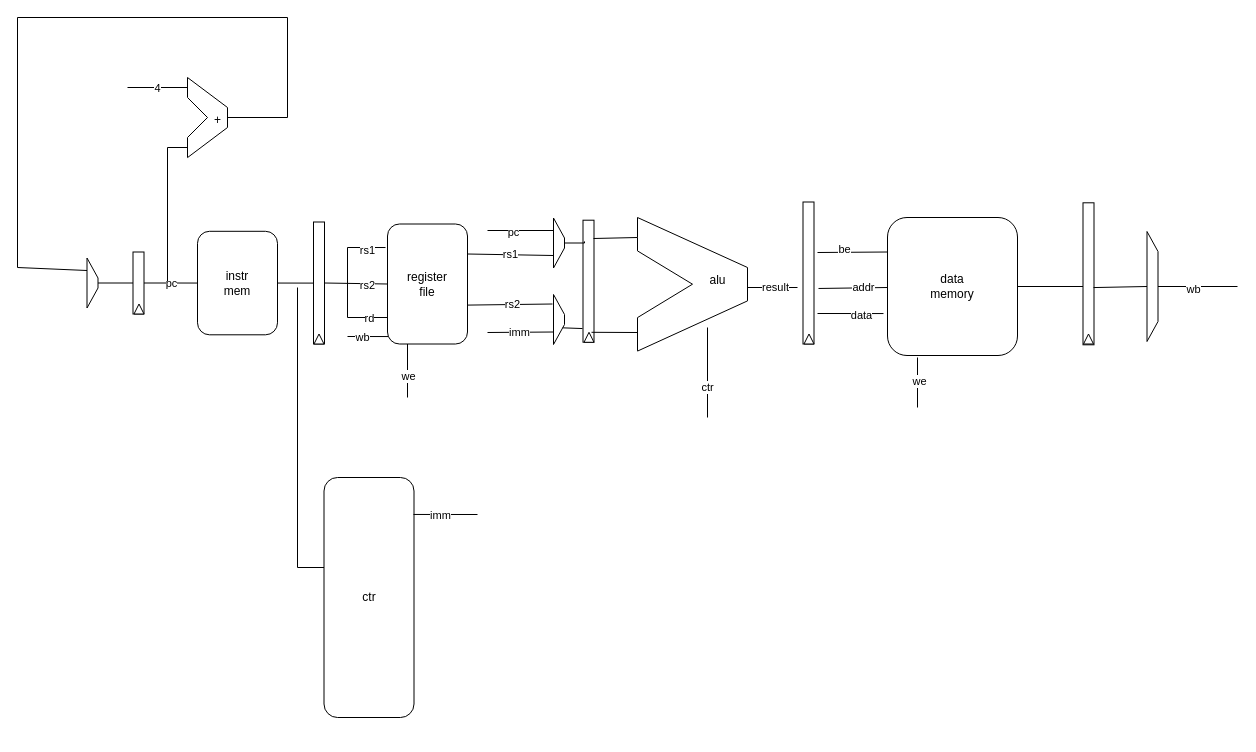
The draw.io diagram Untitled Diagram.drawio in kanosukii/rvcore_5stages, before the edit. Source tidied: cells renumbered, new cells numbered last; positions are measured from the earlier drawing's top-left corner, leaving out a move shared by most shapes. Both pictures are drawn from the tidied source at 100%, with x=0, y=0 at pixel (17, 17).
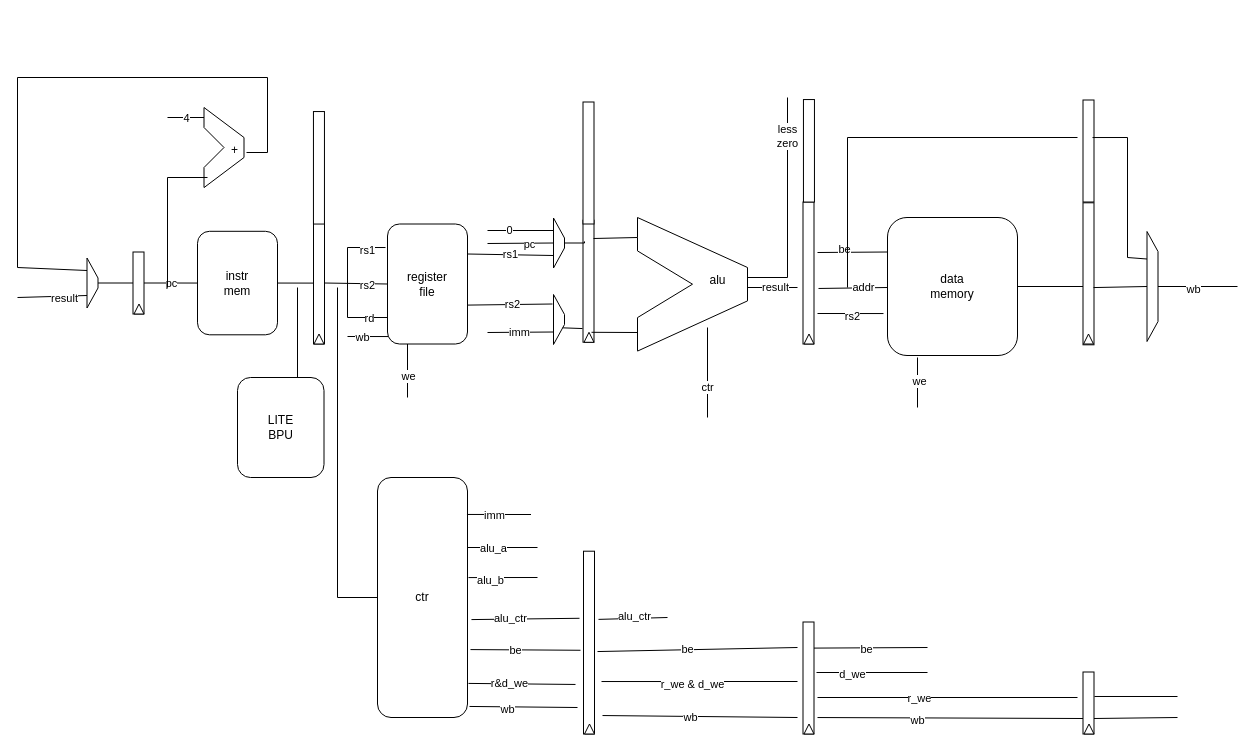
The same diagram, later.

The change refers to these unchanged cells:
```xml
<mxCell id="7" style="shape=trapezoid;perimeter=trapezoidPerimeter;whiteSpace=wrap;html=1;fixedSize=1;rotation=90;" parent="1" vertex="1">
  <mxGeometry x="50" y="260" width="50" height="11" as="geometry" />
</mxCell>
<mxCell id="15" style="shape=trapezoid;perimeter=trapezoidPerimeter;whiteSpace=wrap;html=1;fixedSize=1;rotation=90;" parent="1" vertex="1">
  <mxGeometry x="516.5" y="220" width="50" height="11" as="geometry" />
</mxCell>
<mxCell id="37" style="endArrow=none;html=1;rounded=0;entryX=-0.031;entryY=0.696;entryDx=0;entryDy=0;entryPerimeter=0;" parent="1" edge="1" target="34">
  <mxGeometry relative="1" as="geometry">
    <mxPoint x="800" y="296" as="sourcePoint" />
  </mxGeometry>
</mxCell>
<mxCell id="57" style="shape=trapezoid;perimeter=trapezoidPerimeter;whiteSpace=wrap;html=1;fixedSize=1;rotation=90;" parent="1" vertex="1">
  <mxGeometry x="1080" y="263.5" width="110" height="11" as="geometry" />
</mxCell>
<mxCell id="83" style="endArrow=none;html=1;rounded=0;entryX=0.25;entryY=1;entryDx=0;entryDy=0;" parent="1" edge="1" target="15">
  <mxGeometry relative="1" as="geometry">
    <mxPoint x="470" y="213" as="sourcePoint" />
  </mxGeometry>
</mxCell>
```

Diff of the diagram source:
```diff
@@
-    <mxCell id="38" value="data" style="edgeLabel;html=1;align=center;verticalAlign=middle;" parent="37" vertex="1">
-      <mxGeometry x="0.33" y="-1" relative="1" as="geometry" />
-    </mxCell>
+    <mxCell id="85" value="rs2" style="edgeLabel;html=1;align=center;verticalAlign=middle;" parent="37" vertex="1">
+      <mxGeometry x="0.06" y="-2" relative="1" as="geometry" />
+    </mxCell>
@@
     <mxCell id="54" style="endArrow=none;html=1;rounded=0;" parent="1" edge="1">
       <mxGeometry relative="1" as="geometry">
-        <mxPoint x="280" y="550" as="sourcePoint" />
+        <mxPoint x="280" y="360" as="sourcePoint" />
         <mxPoint x="280" y="270" as="targetPoint" />
       </mxGeometry>
     </mxCell>
-    <mxCell id="55" style="endArrow=none;html=1;rounded=0;" parent="1" edge="1">
-      <mxGeometry relative="1" as="geometry">
-        <mxPoint x="280" y="550" as="sourcePoint" />
-        <mxPoint x="310" y="550" as="targetPoint" />
-      </mxGeometry>
-    </mxCell>
     <mxCell id="56" value="ctr" style="rounded=1;whiteSpace=wrap;html=1;" parent="1" vertex="1">
-      <mxGeometry x="306.5" y="460" width="90" height="240" as="geometry" />
+      <mxGeometry x="360" y="460" width="90" height="240" as="geometry" />
     </mxCell>
@@
-    <mxCell id="64" style="endArrow=none;html=1;rounded=0;" parent="1" edge="1">
-      <mxGeometry relative="1" as="geometry">
-        <mxPoint x="170" y="130" as="sourcePoint" />
-        <mxPoint x="150" y="263.5" as="targetPoint" />
-        <Array as="points">
-          <mxPoint x="150" y="130" />
-        </Array>
-      </mxGeometry>
-    </mxCell>
     <mxCell id="65" style="endArrow=none;html=1;rounded=0;" parent="1" edge="1">
       <mxGeometry relative="1" as="geometry">
-        <mxPoint x="170" y="60" as="sourcePoint" />
-        <mxPoint x="210" y="90" as="targetPoint" />
+        <mxPoint x="186.5" y="90" as="sourcePoint" />
+        <mxPoint x="226.5" y="120" as="targetPoint" />
       </mxGeometry>
     </mxCell>
     <mxCell id="66" style="endArrow=none;html=1;rounded=0;" parent="1" edge="1">
       <mxGeometry relative="1" as="geometry">
-        <mxPoint x="170" y="140.1" as="sourcePoint" />
-        <mxPoint x="210" y="110" as="targetPoint" />
+        <mxPoint x="186.5" y="170.1" as="sourcePoint" />
+        <mxPoint x="226.5" y="140" as="targetPoint" />
       </mxGeometry>
     </mxCell>
     <mxCell id="67" style="endArrow=none;html=1;rounded=0;" parent="1" edge="1">
       <mxGeometry relative="1" as="geometry">
-        <mxPoint x="190" y="100" as="sourcePoint" />
-        <mxPoint x="170" y="60" as="targetPoint" />
+        <mxPoint x="206.5" y="130" as="sourcePoint" />
+        <mxPoint x="186.5" y="90" as="targetPoint" />
         <Array as="points">
-          <mxPoint x="170" y="80" />
+          <mxPoint x="186.5" y="110" />
         </Array>
       </mxGeometry>
     </mxCell>
     <mxCell id="68" style="endArrow=none;html=1;rounded=0;" parent="1" edge="1">
       <mxGeometry relative="1" as="geometry">
-        <mxPoint x="190" y="100" as="sourcePoint" />
-        <mxPoint x="170" y="140" as="targetPoint" />
+        <mxPoint x="206.5" y="130" as="sourcePoint" />
+        <mxPoint x="186.5" y="170" as="targetPoint" />
         <Array as="points">
-          <mxPoint x="170" y="120" />
+          <mxPoint x="186.5" y="150" />
         </Array>
       </mxGeometry>
     </mxCell>
     <mxCell id="69" style="endArrow=none;html=1;rounded=0;" parent="1" edge="1">
       <mxGeometry relative="1" as="geometry">
-        <mxPoint x="210" y="110" as="sourcePoint" />
-        <mxPoint x="210" y="90" as="targetPoint" />
+        <mxPoint x="226.5" y="140" as="sourcePoint" />
+        <mxPoint x="226.5" y="120" as="targetPoint" />
       </mxGeometry>
     </mxCell>
     <mxCell id="70" style="endArrow=none;html=1;rounded=0;" parent="1" edge="1">
       <mxGeometry relative="1" as="geometry">
-        <mxPoint x="110" y="70" as="sourcePoint" />
-        <mxPoint x="170" y="70" as="targetPoint" />
+        <mxPoint x="150" y="100" as="sourcePoint" />
+        <mxPoint x="186.5" y="100" as="targetPoint" />
       </mxGeometry>
     </mxCell>
@@
-    <mxCell id="72" style="endArrow=none;html=1;rounded=0;" parent="1" edge="1">
-      <mxGeometry relative="1" as="geometry">
-        <mxPoint x="210" y="100" as="sourcePoint" />
-        <mxPoint x="270" as="targetPoint" />
-        <Array as="points">
-          <mxPoint x="270" y="100" />
-        </Array>
-      </mxGeometry>
-    </mxCell>
-    <mxCell id="73" style="endArrow=none;html=1;rounded=0;" parent="1" edge="1">
-      <mxGeometry relative="1" as="geometry">
-        <mxPoint y="250" as="sourcePoint" />
-        <mxPoint x="270" as="targetPoint" />
-        <Array as="points">
-          <mxPoint />
-        </Array>
-      </mxGeometry>
-    </mxCell>
@@
     <mxCell id="78" value="+" style="text;html=1;align=center;verticalAlign=middle;points=[];strokeColor=none;fillColor=none;" parent="1" vertex="1">
-      <mxGeometry x="185" y="88" width="30" height="30" as="geometry" />
+      <mxGeometry x="201.5" y="118" width="30" height="30" as="geometry" />
     </mxCell>
     <mxCell id="79" style="endArrow=none;html=1;rounded=0;exitX=0.994;exitY=0.154;exitDx=0;exitDy=0;exitPerimeter=0;" parent="1" edge="1" source="56">
       <mxGeometry relative="1" as="geometry">
-        <mxPoint x="460" y="497" as="targetPoint" />
+        <mxPoint x="513.5" y="497" as="targetPoint" />
       </mxGeometry>
     </mxCell>
@@
+    <mxCell id="86" value="0" style="edgeLabel;html=1;align=center;verticalAlign=middle;" parent="83" vertex="1">
+      <mxGeometry x="-0.36" y="1" relative="1" as="geometry" />
+    </mxCell>
+    <mxCell id="87" style="endArrow=none;html=1;rounded=0;exitX=0;exitY=0.5;exitDx=0;exitDy=0;" parent="1" edge="1" source="56">
+      <mxGeometry relative="1" as="geometry">
+        <mxPoint x="320" y="270" as="targetPoint" />
+        <Array as="points">
+          <mxPoint x="320" y="580" />
+        </Array>
+      </mxGeometry>
+    </mxCell>
+    <mxCell id="88" value="LITE&lt;br&gt;&lt;div&gt;BPU&lt;/div&gt;" style="rounded=1;whiteSpace=wrap;html=1;" parent="1" vertex="1">
+      <mxGeometry x="220" y="360" width="86.5" height="100" as="geometry" />
+    </mxCell>
+    <mxCell id="89" style="endArrow=none;html=1;rounded=0;" parent="1" edge="1">
+      <mxGeometry relative="1" as="geometry">
+        <mxPoint x="450" y="530" as="sourcePoint" />
+        <mxPoint x="520" y="530" as="targetPoint" />
+      </mxGeometry>
+    </mxCell>
+    <mxCell id="90" value="alu_a" style="edgeLabel;html=1;align=center;verticalAlign=middle;" parent="89" vertex="1">
+      <mxGeometry x="-0.29" relative="1" as="geometry" />
+    </mxCell>
+    <mxCell id="91" style="endArrow=none;html=1;rounded=0;exitX=1.011;exitY=0.417;exitDx=0;exitDy=0;exitPerimeter=0;" parent="1" edge="1" source="56">
+      <mxGeometry relative="1" as="geometry">
+        <mxPoint x="520" y="560" as="targetPoint" />
+      </mxGeometry>
+    </mxCell>
+    <mxCell id="92" value="alu_b" style="edgeLabel;html=1;align=center;verticalAlign=middle;" parent="91" vertex="1">
+      <mxGeometry x="-0.36" y="-2" relative="1" as="geometry" />
+    </mxCell>
+    <mxCell id="93" style="endArrow=none;html=1;rounded=0;exitX=1.044;exitY=0.592;exitDx=0;exitDy=0;exitPerimeter=0;entryX=0.367;entryY=1.364;entryDx=0;entryDy=0;entryPerimeter=0;" parent="1" edge="1" source="56" target="106">
+      <mxGeometry relative="1" as="geometry" />
+    </mxCell>
+    <mxCell id="94" value="alu_ctr" style="edgeLabel;html=1;align=center;verticalAlign=middle;" parent="93" vertex="1">
+      <mxGeometry x="-0.27" y="1" relative="1" as="geometry" />
+    </mxCell>
+    <mxCell id="95" style="endArrow=none;html=1;rounded=0;exitX=1.033;exitY=0.717;exitDx=0;exitDy=0;exitPerimeter=0;entryX=0.542;entryY=1.273;entryDx=0;entryDy=0;entryPerimeter=0;" parent="1" edge="1" source="56" target="106">
+      <mxGeometry relative="1" as="geometry" />
+    </mxCell>
+    <mxCell id="96" value="be" style="edgeLabel;html=1;align=center;verticalAlign=middle;" parent="95" vertex="1">
+      <mxGeometry x="-0.19" relative="1" as="geometry" />
+    </mxCell>
+    <mxCell id="97" style="endArrow=none;html=1;rounded=0;entryX=0.75;entryY=1;entryDx=0;entryDy=0;" parent="1" edge="1" target="7">
+      <mxGeometry relative="1" as="geometry">
+        <mxPoint y="280" as="sourcePoint" />
+      </mxGeometry>
+    </mxCell>
+    <mxCell id="98" value="result" style="edgeLabel;html=1;align=center;verticalAlign=middle;" parent="97" vertex="1">
+      <mxGeometry x="0.32" y="-2" relative="1" as="geometry" />
+    </mxCell>
+    <mxCell id="99" style="endArrow=none;html=1;rounded=0;" parent="1" edge="1">
+      <mxGeometry relative="1" as="geometry">
+        <mxPoint x="150" y="270" as="sourcePoint" />
+        <mxPoint x="190" y="160" as="targetPoint" />
+        <Array as="points">
+          <mxPoint x="150" y="160" />
+        </Array>
+      </mxGeometry>
+    </mxCell>
+    <mxCell id="100" style="endArrow=none;html=1;rounded=0;entryX=0.917;entryY=0.567;entryDx=0;entryDy=0;entryPerimeter=0;" parent="1" edge="1" target="78">
+      <mxGeometry relative="1" as="geometry">
+        <mxPoint x="250" y="60" as="sourcePoint" />
+        <Array as="points">
+          <mxPoint x="250" y="135" />
+        </Array>
+      </mxGeometry>
+    </mxCell>
+    <mxCell id="101" style="endArrow=none;html=1;rounded=0;" parent="1" edge="1">
+      <mxGeometry relative="1" as="geometry">
+        <mxPoint y="250" as="sourcePoint" />
+        <mxPoint x="250" y="60" as="targetPoint" />
+        <Array as="points">
+          <mxPoint y="60" />
+        </Array>
+      </mxGeometry>
+    </mxCell>
+    <mxCell id="102" style="endArrow=none;html=1;rounded=0;exitX=1.011;exitY=0.858;exitDx=0;exitDy=0;exitPerimeter=0;entryX=0.729;entryY=1.727;entryDx=0;entryDy=0;entryPerimeter=0;" parent="1" edge="1" source="56" target="106">
+      <mxGeometry relative="1" as="geometry" />
+    </mxCell>
+    <mxCell id="103" value="r&amp;amp;d_we" style="edgeLabel;html=1;align=center;verticalAlign=middle;" parent="102" vertex="1">
+      <mxGeometry x="-0.39" y="1" relative="1" as="geometry">
+        <mxPoint x="8" as="offset" />
+      </mxGeometry>
+    </mxCell>
+    <mxCell id="104" style="endArrow=none;html=1;rounded=0;exitX=1.022;exitY=0.954;exitDx=0;exitDy=0;exitPerimeter=0;" parent="1" edge="1" source="56">
+      <mxGeometry relative="1" as="geometry">
+        <mxPoint x="560" y="690" as="targetPoint" />
+      </mxGeometry>
+    </mxCell>
+    <mxCell id="105" value="wb" style="edgeLabel;html=1;align=center;verticalAlign=middle;" parent="104" vertex="1">
+      <mxGeometry x="-0.29" y="-2" relative="1" as="geometry" />
+    </mxCell>
+    <mxCell id="106" style="rounded=0;whiteSpace=wrap;html=1;rotation=90;" parent="1" vertex="1">
+      <mxGeometry x="480.1" y="619.6" width="182.8" height="11" as="geometry" />
+    </mxCell>
+    <mxCell id="107" style="triangle;whiteSpace=wrap;html=1;rotation=-90;" parent="1" vertex="1">
+      <mxGeometry x="567" y="706.5" width="10" height="10" as="geometry" />
+    </mxCell>
+    <mxCell id="108" style="rounded=0;whiteSpace=wrap;html=1;rotation=90;" parent="1" vertex="1">
+      <mxGeometry x="735" y="655" width="112" height="11" as="geometry" />
+    </mxCell>
+    <mxCell id="109" style="triangle;whiteSpace=wrap;html=1;rotation=-90;" parent="1" vertex="1">
+      <mxGeometry x="786.5" y="706.5" width="10" height="10" as="geometry" />
+    </mxCell>
+    <mxCell id="110" style="rounded=0;whiteSpace=wrap;html=1;rotation=90;" parent="1" vertex="1">
+      <mxGeometry x="1040" y="680" width="62" height="11" as="geometry" />
+    </mxCell>
+    <mxCell id="111" style="triangle;whiteSpace=wrap;html=1;rotation=-90;" parent="1" vertex="1">
+      <mxGeometry x="1066.5" y="706.5" width="10" height="10" as="geometry" />
+    </mxCell>
+    <mxCell id="112" style="endArrow=none;html=1;rounded=0;entryX=0.5;entryY=1;entryDx=0;entryDy=0;" parent="1" edge="1" target="15">
+      <mxGeometry relative="1" as="geometry">
+        <mxPoint x="470" y="226" as="sourcePoint" />
+      </mxGeometry>
+    </mxCell>
-    <mxCell id="84" value="pc" style="edgeLabel;html=1;align=center;verticalAlign=middle;" parent="83" vertex="1">
-      <mxGeometry x="-0.24" y="-1" relative="1" as="geometry" />
+    <mxCell id="84" value="pc" style="edgeLabel;html=1;align=center;verticalAlign=middle;" parent="112" vertex="1">
+      <mxGeometry x="0.24" y="-1" relative="1" as="geometry" />
     </mxCell>
+    <mxCell id="113" style="endArrow=none;html=1;rounded=0;exitX=0.373;exitY=-0.363;exitDx=0;exitDy=0;exitPerimeter=0;" parent="1" edge="1" source="106">
+      <mxGeometry relative="1" as="geometry">
+        <mxPoint x="650" y="600" as="targetPoint" />
+      </mxGeometry>
+    </mxCell>
+    <mxCell id="114" value="alu_ctr" style="edgeLabel;html=1;align=center;verticalAlign=middle;" parent="113" vertex="1">
+      <mxGeometry x="0.05" y="2" relative="1" as="geometry" />
+    </mxCell>
+    <mxCell id="115" style="endArrow=none;html=1;rounded=0;exitX=0.549;exitY=-0.272;exitDx=0;exitDy=0;exitPerimeter=0;" parent="1" edge="1" source="106">
+      <mxGeometry relative="1" as="geometry">
+        <mxPoint x="780" y="630" as="targetPoint" />
+      </mxGeometry>
+    </mxCell>
+    <mxCell id="116" value="be" style="edgeLabel;html=1;align=center;verticalAlign=middle;" parent="115" vertex="1">
+      <mxGeometry x="-0.1" y="1" relative="1" as="geometry" />
+    </mxCell>
+    <mxCell id="117" style="endArrow=none;html=1;rounded=0;exitX=0.713;exitY=-0.636;exitDx=0;exitDy=0;exitPerimeter=0;" parent="1" edge="1" source="106">
+      <mxGeometry relative="1" as="geometry">
+        <mxPoint x="780" y="664" as="targetPoint" />
+      </mxGeometry>
+    </mxCell>
+    <mxCell id="118" value="r_we &amp;amp; d_we" style="edgeLabel;html=1;align=center;verticalAlign=middle;" parent="117" vertex="1">
+      <mxGeometry x="-0.48" y="-1" relative="1" as="geometry">
+        <mxPoint x="40" y="1" as="offset" />
+      </mxGeometry>
+    </mxCell>
+    <mxCell id="119" style="endArrow=none;html=1;rounded=0;exitX=0.899;exitY=-0.727;exitDx=0;exitDy=0;exitPerimeter=0;" parent="1" edge="1" source="106">
+      <mxGeometry relative="1" as="geometry">
+        <mxPoint x="780" y="700" as="targetPoint" />
+      </mxGeometry>
+    </mxCell>
+    <mxCell id="120" value="wb" style="edgeLabel;html=1;align=center;verticalAlign=middle;" parent="119" vertex="1">
+      <mxGeometry x="-0.1" y="-1" relative="1" as="geometry" />
+    </mxCell>
+    <mxCell id="121" style="endArrow=none;html=1;rounded=0;" parent="1" edge="1">
+      <mxGeometry relative="1" as="geometry">
+        <mxPoint x="730" y="260" as="sourcePoint" />
+        <mxPoint x="770" y="80" as="targetPoint" />
+        <Array as="points">
+          <mxPoint x="770" y="260" />
+        </Array>
+      </mxGeometry>
+    </mxCell>
+    <mxCell id="122" value="less&lt;div&gt;zero&lt;/div&gt;" style="edgeLabel;html=1;align=center;verticalAlign=middle;" parent="121" vertex="1">
+      <mxGeometry x="0.86" y="1" relative="1" as="geometry">
+        <mxPoint y="23" as="offset" />
+      </mxGeometry>
+    </mxCell>
+    <mxCell id="123" style="endArrow=none;html=1;rounded=0;" parent="1" edge="1">
+      <mxGeometry relative="1" as="geometry">
+        <mxPoint x="796.5" y="630.6" as="sourcePoint" />
+        <mxPoint x="910" y="630" as="targetPoint" />
+      </mxGeometry>
+    </mxCell>
+    <mxCell id="124" value="be" style="edgeLabel;html=1;align=center;verticalAlign=middle;" parent="123" vertex="1">
+      <mxGeometry x="-0.09" y="-1" relative="1" as="geometry" />
+    </mxCell>
+    <mxCell id="125" style="endArrow=none;html=1;rounded=0;exitX=0.451;exitY=-0.227;exitDx=0;exitDy=0;exitPerimeter=0;" parent="1" edge="1" source="108">
+      <mxGeometry relative="1" as="geometry">
+        <mxPoint x="910" y="655" as="targetPoint" />
+      </mxGeometry>
+    </mxCell>
+    <mxCell id="126" value="d_we" style="edgeLabel;html=1;align=center;verticalAlign=middle;" parent="125" vertex="1">
+      <mxGeometry x="-0.35" y="-1" relative="1" as="geometry" />
+    </mxCell>
+    <mxCell id="127" style="endArrow=none;html=1;rounded=0;" parent="1" edge="1">
+      <mxGeometry relative="1" as="geometry">
+        <mxPoint x="800" y="680" as="sourcePoint" />
+        <mxPoint x="1060" y="680" as="targetPoint" />
+      </mxGeometry>
+    </mxCell>
+    <mxCell id="128" value="r_we" style="edgeLabel;html=1;align=center;verticalAlign=middle;" parent="127" vertex="1">
+      <mxGeometry x="-0.22" relative="1" as="geometry" />
+    </mxCell>
+    <mxCell id="129" style="endArrow=none;html=1;rounded=0;exitX=0.853;exitY=-0.318;exitDx=0;exitDy=0;exitPerimeter=0;entryX=0.75;entryY=1;entryDx=0;entryDy=0;" parent="1" edge="1" source="108" target="110">
+      <mxGeometry relative="1" as="geometry" />
+    </mxCell>
+    <mxCell id="130" value="wb" style="edgeLabel;html=1;align=center;verticalAlign=middle;" parent="129" vertex="1">
+      <mxGeometry x="-0.25" y="-2" relative="1" as="geometry" />
+    </mxCell>
+    <mxCell id="131" style="endArrow=none;html=1;rounded=0;exitX=0.395;exitY=-0.045;exitDx=0;exitDy=0;exitPerimeter=0;" parent="1" edge="1" source="110">
+      <mxGeometry relative="1" as="geometry">
+        <mxPoint x="1160" y="679" as="targetPoint" />
+      </mxGeometry>
+    </mxCell>
+    <mxCell id="132" style="endArrow=none;html=1;rounded=0;exitX=0.75;exitY=0;exitDx=0;exitDy=0;" parent="1" edge="1" source="110">
+      <mxGeometry relative="1" as="geometry">
+        <mxPoint x="1160" y="700" as="targetPoint" />
+      </mxGeometry>
+    </mxCell>
+    <mxCell id="133" style="rounded=0;whiteSpace=wrap;html=1;rotation=90;" parent="1" vertex="1">
+      <mxGeometry x="245.2" y="144.8" width="112.5" height="11" as="geometry" />
+    </mxCell>
+    <mxCell id="134" style="rounded=0;whiteSpace=wrap;html=1;rotation=90;" parent="1" vertex="1">
+      <mxGeometry x="740.2" y="127.8" width="102.5" height="11" as="geometry" />
+    </mxCell>
+    <mxCell id="135" style="rounded=0;whiteSpace=wrap;html=1;rotation=90;" parent="1" vertex="1">
+      <mxGeometry x="510" y="140" width="122" height="11" as="geometry" />
+    </mxCell>
+    <mxCell id="136" style="rounded=0;whiteSpace=wrap;html=1;rotation=90;" parent="1" vertex="1">
+      <mxGeometry x="1020" y="128" width="102" height="11" as="geometry" />
+    </mxCell>
+    <mxCell id="137" style="endArrow=none;html=1;rounded=0;" parent="1" edge="1">
+      <mxGeometry relative="1" as="geometry">
+        <mxPoint x="830" y="270" as="sourcePoint" />
+        <mxPoint x="1060" y="120" as="targetPoint" />
+        <Array as="points">
+          <mxPoint x="830" y="120" />
+        </Array>
+      </mxGeometry>
+    </mxCell>
+    <mxCell id="138" style="endArrow=none;html=1;rounded=0;entryX=0.368;entryY=0.136;entryDx=0;entryDy=0;entryPerimeter=0;exitX=0.25;exitY=1;exitDx=0;exitDy=0;" parent="1" edge="1" source="57" target="136">
+      <mxGeometry relative="1" as="geometry">
+        <Array as="points">
+          <mxPoint x="1110" y="240" />
+          <mxPoint x="1110" y="120" />
+        </Array>
+      </mxGeometry>
+    </mxCell>
```
